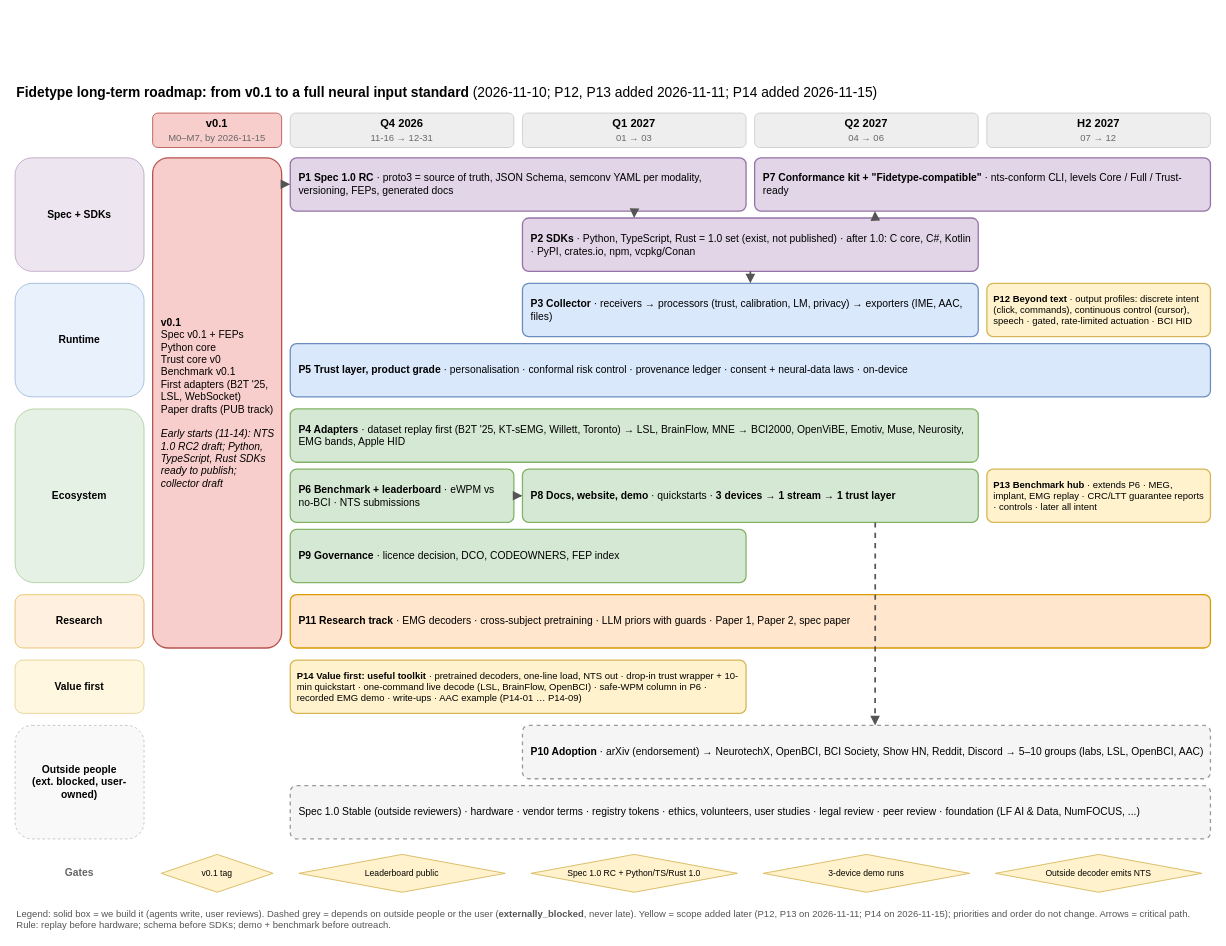
This is wiki/diagrams/11-roadmap-standard.drawio from zhangzibo/fidetype, a draw.io file, before an edit. Source tidied: cells renumbered, new cells numbered last; positions are measured from the earlier drawing's top-left corner, leaving out a move shared by most shapes. Both pictures are drawn from the tidied source at 86%, with x=0, y=0 at pixel (15, 80).
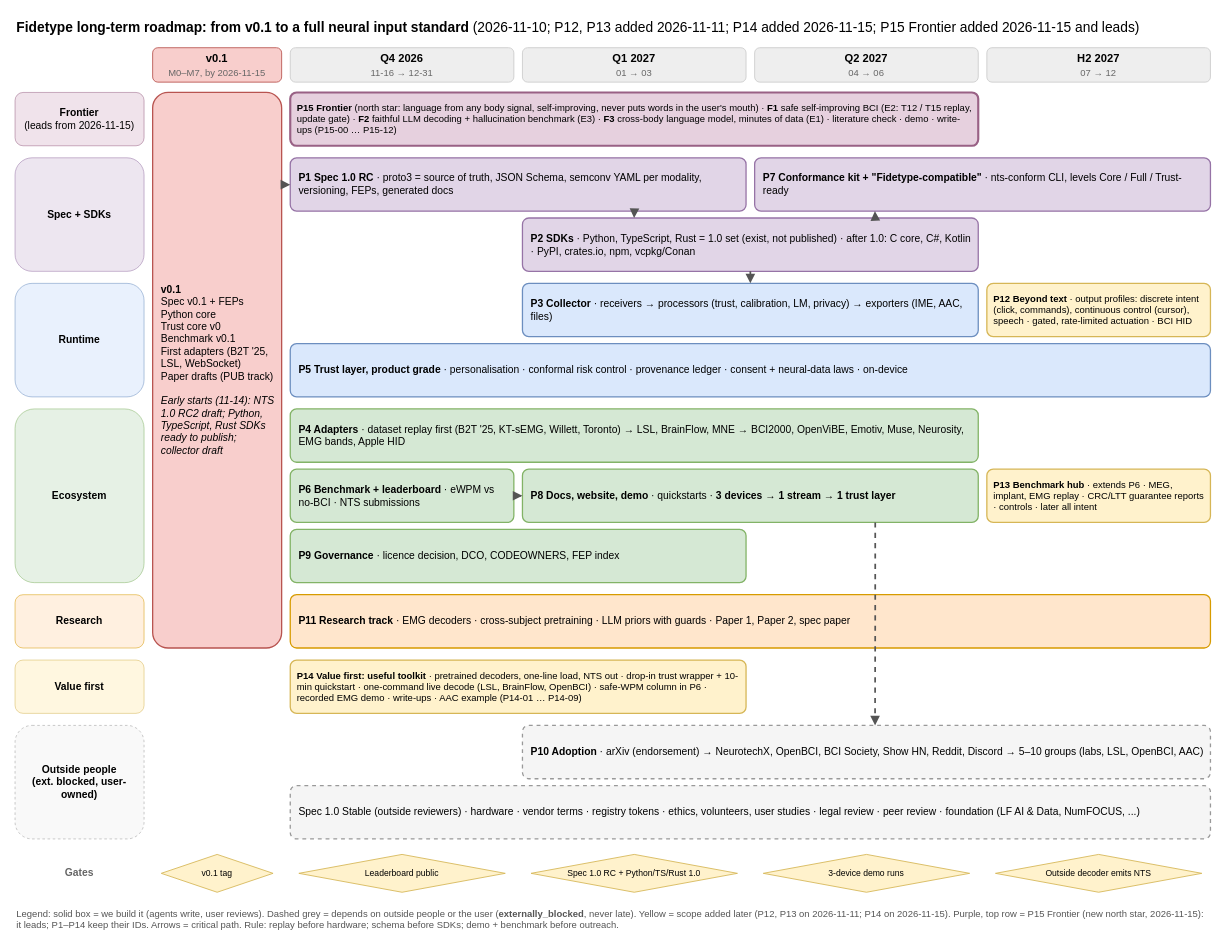
After the change.

The change refers to these unchanged cells:
```xml
<mxCell id="14" value="&lt;b&gt;P1 Spec 1.0 RC&lt;/b&gt; · proto3 = source of truth, JSON Schema, semconv YAML per modality, versioning, FEPs, generated docs" style="rounded=1;whiteSpace=wrap;html=1;fontSize=12;arcSize=12;fillColor=#e1d5e7;strokeColor=#9673a6;strokeWidth=1.5;align=left;verticalAlign=middle;spacingLeft=8;spacingRight=6;" parent="1" vertex="1">
  <mxGeometry x="320" y="90" width="530" height="62" as="geometry" />
</mxCell>
```

What changed in the source:
```diff
@@
-    <mxCell id="2" value="&lt;b&gt;Fidetype long-term roadmap: from v0.1 to a full neural input standard&lt;/b&gt; (2026-11-10; P12, P13 added 2026-11-11; P14 added 2026-11-15)" style="text;html=1;whiteSpace=wrap;fillColor=none;strokeColor=none;fontSize=16;align=left;verticalAlign=middle;fontColor=#000000;" parent="1" vertex="1">
-      <mxGeometry width="1390" height="28" as="geometry" />
+    <mxCell id="2" value="&lt;b&gt;Fidetype long-term roadmap: from v0.1 to a full neural input standard&lt;/b&gt; (2026-11-10; P12, P13 added 2026-11-11; P14 added 2026-11-15; P15 Frontier added 2026-11-15 and leads)" style="text;html=1;whiteSpace=wrap;fillColor=none;strokeColor=none;fontSize=16;align=left;verticalAlign=middle;fontColor=#000000;" parent="1" vertex="1">
+      <mxGeometry y="-76" width="1390" height="28" as="geometry" />
     </mxCell>
     <mxCell id="3" value="&lt;b&gt;v0.1&lt;/b&gt;&lt;br&gt;&lt;font style=&quot;font-size:11px&quot; color=&quot;#666666&quot;&gt;M0–M7, by 2026-11-15&lt;/font&gt;" style="rounded=1;whiteSpace=wrap;html=1;fontSize=13;fillColor=#f8cecc;strokeColor=#b85450;align=center;verticalAlign=middle;" parent="1" vertex="1">
-      <mxGeometry x="160" y="38" width="150" height="40" as="geometry" />
+      <mxGeometry x="160" y="-38" width="150" height="40" as="geometry" />
     </mxCell>
     <mxCell id="4" value="&lt;b&gt;Q4 2026&lt;/b&gt;&lt;br&gt;&lt;font style=&quot;font-size:11px&quot; color=&quot;#666666&quot;&gt;11-16 → 12-31&lt;/font&gt;" style="rounded=1;whiteSpace=wrap;html=1;fontSize=13;fillColor=#eeeeee;strokeColor=#cccccc;align=center;verticalAlign=middle;" parent="1" vertex="1">
-      <mxGeometry x="320" y="38" width="260" height="40" as="geometry" />
+      <mxGeometry x="320" y="-38" width="260" height="40" as="geometry" />
     </mxCell>
     <mxCell id="5" value="&lt;b&gt;Q1 2027&lt;/b&gt;&lt;br&gt;&lt;font style=&quot;font-size:11px&quot; color=&quot;#666666&quot;&gt;01 → 03&lt;/font&gt;" style="rounded=1;whiteSpace=wrap;html=1;fontSize=13;fillColor=#eeeeee;strokeColor=#cccccc;align=center;verticalAlign=middle;" parent="1" vertex="1">
-      <mxGeometry x="590" y="38" width="260" height="40" as="geometry" />
+      <mxGeometry x="590" y="-38" width="260" height="40" as="geometry" />
     </mxCell>
     <mxCell id="6" value="&lt;b&gt;Q2 2027&lt;/b&gt;&lt;br&gt;&lt;font style=&quot;font-size:11px&quot; color=&quot;#666666&quot;&gt;04 → 06&lt;/font&gt;" style="rounded=1;whiteSpace=wrap;html=1;fontSize=13;fillColor=#eeeeee;strokeColor=#cccccc;align=center;verticalAlign=middle;" parent="1" vertex="1">
-      <mxGeometry x="860" y="38" width="260" height="40" as="geometry" />
+      <mxGeometry x="860" y="-38" width="260" height="40" as="geometry" />
     </mxCell>
     <mxCell id="7" value="&lt;b&gt;H2 2027&lt;/b&gt;&lt;br&gt;&lt;font style=&quot;font-size:11px&quot; color=&quot;#666666&quot;&gt;07 → 12&lt;/font&gt;" style="rounded=1;whiteSpace=wrap;html=1;fontSize=13;fillColor=#eeeeee;strokeColor=#cccccc;align=center;verticalAlign=middle;" parent="1" vertex="1">
-      <mxGeometry x="1130" y="38" width="260" height="40" as="geometry" />
+      <mxGeometry x="1130" y="-38" width="260" height="40" as="geometry" />
     </mxCell>
@@
     <mxCell id="13" value="&lt;b&gt;v0.1&lt;/b&gt;&lt;br&gt;Spec v0.1 + FEPs&lt;br&gt;Python core&lt;br&gt;Trust core v0&lt;br&gt;Benchmark v0.1&lt;br&gt;First adapters (B2T '25, LSL, WebSocket)&lt;br&gt;Paper drafts (PUB track)&lt;br&gt;&lt;br&gt;&lt;i&gt;Early starts (11-14): NTS 1.0 RC2 draft; Python, TypeScript, Rust SDKs ready to publish; collector draft&lt;/i&gt;" style="rounded=1;whiteSpace=wrap;html=1;fontSize=12;arcSize=12;fillColor=#f8cecc;strokeColor=#b85450;strokeWidth=1.5;align=left;verticalAlign=middle;spacingLeft=8;spacingRight=6;" parent="1" vertex="1">
-      <mxGeometry x="160" y="90" width="150" height="570" as="geometry" />
+      <mxGeometry x="160" y="14" width="150" height="646" as="geometry" />
     </mxCell>
@@
-    <mxCell id="26" style="edgeStyle=orthogonalEdgeStyle;rounded=1;html=1;endArrow=block;endFill=1;strokeWidth=2;strokeColor=#555555;exitX=1;exitY=0.054;exitDx=0;exitDy=0;entryX=0;entryY=0.5;entryDx=0;entryDy=0;" parent="1" edge="1" source="13" target="14">
+    <mxCell id="26" style="edgeStyle=orthogonalEdgeStyle;rounded=1;html=1;endArrow=block;endFill=1;strokeWidth=2;strokeColor=#555555;exitX=1;exitY=0.166;exitDx=0;exitDy=0;entryX=0;entryY=0.5;entryDx=0;entryDy=0;" parent="1" edge="1" source="13" target="14">
       <mxGeometry relative="1" as="geometry" />
     </mxCell>
@@
-    <mxCell id="38" value="Legend: solid box = we build it (agents write, user reviews). Dashed grey = depends on outside people or the user (&lt;b&gt;externally_blocked&lt;/b&gt;, never late). Yellow = scope added later (P12, P13 on 2026-11-11; P14 on 2026-11-15); priorities and order do not change. Arrows = critical path. Rule: replay before hardware; schema before SDKs; demo + benchmark before outreach." style="text;html=1;whiteSpace=wrap;fillColor=none;strokeColor=none;fontSize=11;align=left;verticalAlign=top;fontColor=#555555;" parent="1" vertex="1">
+    <mxCell id="38" value="Legend: solid box = we build it (agents write, user reviews). Dashed grey = depends on outside people or the user (&lt;b&gt;externally_blocked&lt;/b&gt;, never late). Yellow = scope added later (P12, P13 on 2026-11-11; P14 on 2026-11-15). Purple, top row = P15 Frontier (new north star, 2026-11-15): it leads; P1–P14 keep their IDs. Arrows = critical path. Rule: replay before hardware; schema before SDKs; demo + benchmark before outreach." style="text;html=1;whiteSpace=wrap;fillColor=none;strokeColor=none;fontSize=11;align=left;verticalAlign=top;fontColor=#555555;" parent="1" vertex="1">
       <mxGeometry y="956" width="1390" height="34" as="geometry" />
     </mxCell>
@@
+    <mxCell id="43" value="&lt;b&gt;Frontier&lt;/b&gt;&lt;br&gt;(leads from 2026-11-15)" style="rounded=1;whiteSpace=wrap;html=1;fontSize=12;fillColor=#e6d0de;strokeColor=#996185;opacity=60;align=center;verticalAlign=middle;" parent="1" vertex="1">
+      <mxGeometry y="14" width="150" height="62" as="geometry" />
+    </mxCell>
+    <mxCell id="44" value="&lt;b&gt;P15 Frontier&lt;/b&gt; (north star: language from any body signal, self-improving, never puts words in the user's mouth) · &lt;b&gt;F1&lt;/b&gt; safe self-improving BCI (E2: T12 / T15 replay, update gate) · &lt;b&gt;F2&lt;/b&gt; faithful LLM decoding + hallucination benchmark (E3) · &lt;b&gt;F3&lt;/b&gt; cross-body language model, minutes of data (E1) · literature check · demo · write-ups (P15-00 … P15-12)" style="rounded=1;whiteSpace=wrap;html=1;fontSize=11;arcSize=12;fillColor=#e6d0de;strokeColor=#996185;strokeWidth=2.5;align=left;verticalAlign=middle;spacingLeft=6;spacingRight=4;" parent="1" vertex="1">
+      <mxGeometry x="320" y="14" width="800" height="62" as="geometry" />
+    </mxCell>
```
